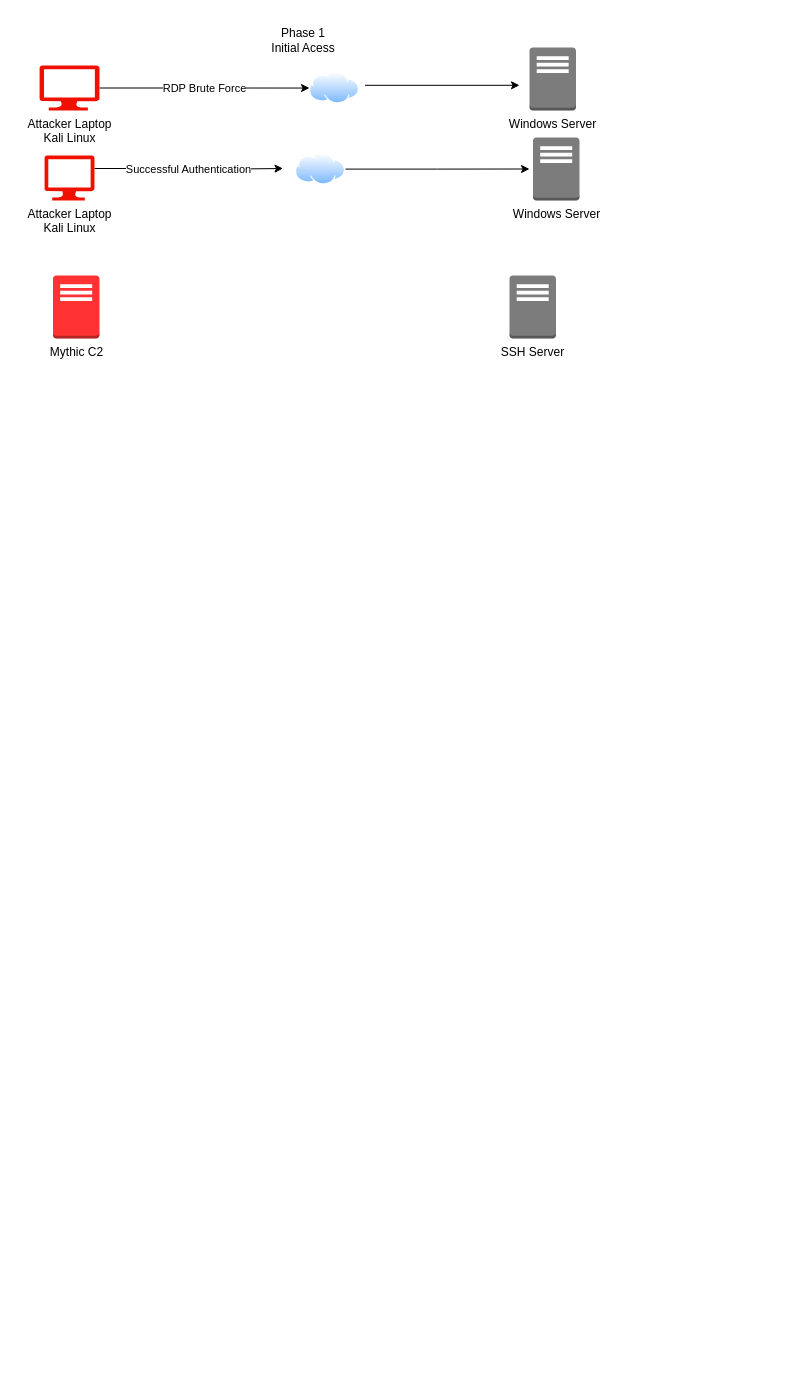
Earlier version of the draw.io diagram titled Diagram.drawio (MRShittu0/Cybersecurity). Source tidied: cells renumbered, new cells numbered last; positions are measured from the earlier drawing's top-left corner, leaving out a move shared by most shapes. Both pictures are drawn from the tidied source at 100%, with x=0, y=0 at pixel (39, 25).
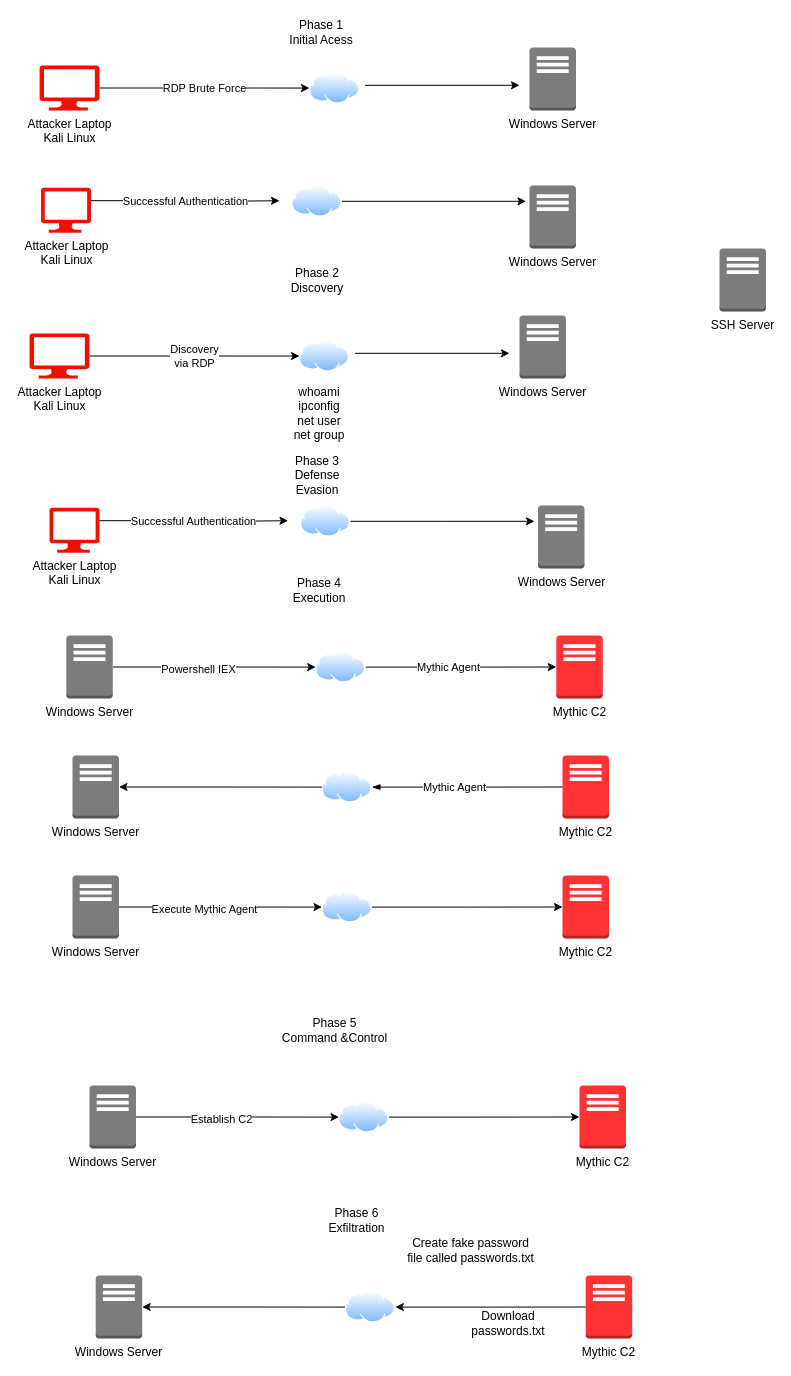
After the change.

What changed in the source:
```diff
@@
     <mxCell id="2" value="Mythic C2" style="outlineConnect=0;dashed=0;verticalLabelPosition=bottom;verticalAlign=top;align=center;html=1;shape=mxgraph.aws3.traditional_server;fillColor=#FF3333;gradientColor=none;" parent="1" vertex="1">
-      <mxGeometry x="13.5" y="250" width="46.5" height="63" as="geometry" />
+      <mxGeometry x="516.8" y="610" width="46.5" height="63" as="geometry" />
     </mxCell>
@@
     <mxCell id="4" value="SSH Server" style="dashed=0;verticalLabelPosition=bottom;verticalAlign=top;align=center;html=1;shape=mxgraph.aws3.traditional_server;fillColor=#7D7C7C;gradientColor=none;" parent="1" vertex="1">
-      <mxGeometry x="470" y="250" width="46.5" height="63" as="geometry" />
+      <mxGeometry x="680" y="223" width="46.5" height="63" as="geometry" />
     </mxCell>
@@
     <mxCell id="8" value="Phase 1&lt;div&gt;Initial Acess&lt;/div&gt;" style="text;html=1;align=center;verticalAlign=middle;whiteSpace=wrap;rounded=0;" parent="1" vertex="1">
-      <mxGeometry x="222" width="84" height="30" as="geometry" />
+      <mxGeometry x="240" y="-8" width="84" height="30" as="geometry" />
     </mxCell>
     <mxCell id="9" value="Windows Server" style="dashed=0;verticalLabelPosition=bottom;verticalAlign=top;align=center;html=1;shape=mxgraph.aws3.traditional_server;fillColor=#7D7C7C;gradientColor=none;" parent="1" vertex="1">
-      <mxGeometry x="493.5" y="112" width="46.5" height="63" as="geometry" />
+      <mxGeometry x="490" y="160" width="46.5" height="63" as="geometry" />
     </mxCell>
     <mxCell id="10" value="Attacker Laptop&lt;div&gt;Kali Linux&lt;/div&gt;" style="verticalLabelPosition=bottom;html=1;verticalAlign=top;align=center;strokeColor=none;fillColor=#f01000;shape=mxgraph.azure.computer;" parent="1" vertex="1">
-      <mxGeometry x="5" y="130" width="50" height="45" as="geometry" />
+      <mxGeometry x="1.5" y="162.2" width="50" height="45" as="geometry" />
     </mxCell>
     <mxCell id="11" value="Successful Authentication" style="edgeStyle=orthogonalEdgeStyle;rounded=0;jettySize=auto;html=1;" parent="1" edge="1" source="10">
       <mxGeometry relative="1" as="geometry">
-        <mxPoint x="243.5" y="143" as="targetPoint" />
+        <mxPoint x="240" y="175.2" as="targetPoint" />
         <Array as="points">
-          <mxPoint x="149" y="143" />
-          <mxPoint x="149" y="144" />
+          <mxPoint x="145.5" y="175.2" />
+          <mxPoint x="145.5" y="176.2" />
         </Array>
       </mxGeometry>
     </mxCell>
@@
     <mxCell id="13" style="edgeStyle=orthogonalEdgeStyle;rounded=0;jettySize=auto;html=1;" parent="1" edge="1" source="14">
       <mxGeometry relative="1" as="geometry">
-        <mxPoint x="490" y="143.5" as="targetPoint" />
+        <mxPoint x="486.5" y="175.8" as="targetPoint" />
       </mxGeometry>
     </mxCell>
     <mxCell id="14" style="image;perimeter=ellipsePerimeter;html=1;align=center;shadow=0;dashed=0;spacingTop=3;image=img/lib/active_directory/internet_cloud.svg;" parent="1" vertex="1">
-      <mxGeometry x="256" y="127.8" width="50" height="31.5" as="geometry" />
+      <mxGeometry x="252.5" y="160" width="50" height="31.5" as="geometry" />
     </mxCell>
+    <mxCell id="15" value="Phase 2&lt;div&gt;Discovery&lt;/div&gt;" style="text;html=1;align=center;verticalAlign=middle;whiteSpace=wrap;rounded=0;" parent="1" vertex="1">
+      <mxGeometry x="235.5" y="240" width="84" height="30" as="geometry" />
+    </mxCell>
+    <mxCell id="16" value="Windows Server" style="dashed=0;verticalLabelPosition=bottom;verticalAlign=top;align=center;html=1;shape=mxgraph.aws3.traditional_server;fillColor=#7D7C7C;gradientColor=none;" parent="1" vertex="1">
+      <mxGeometry x="480" y="290" width="46.5" height="63" as="geometry" />
+    </mxCell>
+    <mxCell id="17" value="Discovery&lt;div&gt;via RDP&lt;/div&gt;" style="edgeStyle=orthogonalEdgeStyle;rounded=0;jettySize=auto;html=1;entryX=0;entryY=0.5;entryDx=0;entryDy=0;" parent="1" edge="1" source="18" target="20">
+      <mxGeometry relative="1" as="geometry" />
+    </mxCell>
+    <mxCell id="18" value="Attacker Laptop&lt;div&gt;Kali Linux&lt;/div&gt;" style="verticalLabelPosition=bottom;html=1;verticalAlign=top;align=center;strokeColor=none;fillColor=#f01000;shape=mxgraph.azure.computer;" parent="1" vertex="1">
+      <mxGeometry x="-10" y="308" width="60" height="45" as="geometry" />
+    </mxCell>
+    <mxCell id="19" style="edgeStyle=orthogonalEdgeStyle;rounded=0;orthogonalLoop=1;jettySize=auto;html=1;" parent="1" edge="1">
+      <mxGeometry relative="1" as="geometry">
+        <mxPoint x="315.5" y="327.8" as="sourcePoint" />
+        <mxPoint x="470" y="327.8" as="targetPoint" />
+      </mxGeometry>
+    </mxCell>
+    <mxCell id="20" style="image;perimeter=ellipsePerimeter;html=1;align=center;shadow=0;dashed=0;spacingTop=3;image=img/lib/active_directory/internet_cloud.svg;" parent="1" vertex="1">
+      <mxGeometry x="260" y="314.8" width="50" height="31.5" as="geometry" />
+    </mxCell>
+    <mxCell id="21" value="whoami&lt;div&gt;ipconfig&lt;/div&gt;&lt;div&gt;net user&lt;/div&gt;&lt;div&gt;net group&lt;/div&gt;" style="text;html=1;align=center;verticalAlign=middle;whiteSpace=wrap;rounded=0;" parent="1" vertex="1">
+      <mxGeometry x="250" y="353" width="60" height="70" as="geometry" />
+    </mxCell>
+    <mxCell id="22" style="edgeStyle=orthogonalEdgeStyle;rounded=0;jettySize=auto;html=1;" parent="1" edge="1" source="24" target="25">
+      <mxGeometry relative="1" as="geometry" />
+    </mxCell>
+    <mxCell id="23" value="Powershell IEX" style="edgeLabel;html=1;align=center;verticalAlign=middle;" parent="22" vertex="1">
+      <mxGeometry x="-0.16" y="-2" relative="1" as="geometry" />
+    </mxCell>
+    <mxCell id="24" value="Windows Server" style="outlineConnect=0;dashed=0;verticalLabelPosition=bottom;verticalAlign=top;align=center;html=1;shape=mxgraph.aws3.traditional_server;fillColor=#7D7C7C;gradientColor=none;" parent="1" vertex="1">
+      <mxGeometry x="26.8" y="610" width="46.5" height="63" as="geometry" />
+    </mxCell>
+    <mxCell id="25" style="image;perimeter=ellipsePerimeter;html=1;align=center;shadow=0;dashed=0;spacingTop=3;image=img/lib/active_directory/internet_cloud.svg;" parent="1" vertex="1">
+      <mxGeometry x="276.2" y="625.8" width="50" height="31.5" as="geometry" />
+    </mxCell>
+    <mxCell id="26" style="edgeStyle=orthogonalEdgeStyle;rounded=0;jettySize=auto;html=1;entryX=0;entryY=0.5;entryDx=0;entryDy=0;entryPerimeter=0;" parent="1" edge="1" source="25" target="2">
+      <mxGeometry relative="1" as="geometry" />
+    </mxCell>
+    <mxCell id="27" value="Mythic Agent" style="edgeLabel;html=1;align=center;verticalAlign=middle;" parent="26" vertex="1">
+      <mxGeometry x="-0.14" relative="1" as="geometry" />
+    </mxCell>
+    <mxCell id="28" value="Mythic C2" style="outlineConnect=0;dashed=0;verticalLabelPosition=bottom;verticalAlign=top;align=center;html=1;shape=mxgraph.aws3.traditional_server;fillColor=#FF3333;gradientColor=none;" parent="1" vertex="1">
+      <mxGeometry x="523" y="730" width="46.5" height="63" as="geometry" />
+    </mxCell>
+    <mxCell id="29" style="edgeStyle=orthogonalEdgeStyle;rounded=0;jettySize=auto;html=1;endArrow=none;endFill=0;startArrow=classic;startFill=1;" parent="1" edge="1" source="30" target="31">
+      <mxGeometry relative="1" as="geometry" />
+    </mxCell>
+    <mxCell id="30" value="Windows Server" style="outlineConnect=0;dashed=0;verticalLabelPosition=bottom;verticalAlign=top;align=center;html=1;shape=mxgraph.aws3.traditional_server;fillColor=#7D7C7C;gradientColor=none;" parent="1" vertex="1">
+      <mxGeometry x="33" y="730" width="46.5" height="63" as="geometry" />
+    </mxCell>
+    <mxCell id="31" style="image;perimeter=ellipsePerimeter;html=1;align=center;shadow=0;dashed=0;spacingTop=3;image=img/lib/active_directory/internet_cloud.svg;" parent="1" vertex="1">
+      <mxGeometry x="282.5" y="745.8" width="50" height="31.5" as="geometry" />
+    </mxCell>
+    <mxCell id="32" style="edgeStyle=orthogonalEdgeStyle;rounded=0;jettySize=auto;html=1;entryX=0;entryY=0.5;entryDx=0;entryDy=0;entryPerimeter=0;startArrow=blockThin;startFill=1;endArrow=none;endFill=0;" parent="1" edge="1" source="31" target="28">
+      <mxGeometry relative="1" as="geometry" />
+    </mxCell>
+    <mxCell id="33" value="Mythic Agent" style="edgeLabel;html=1;align=center;verticalAlign=middle;" parent="32" vertex="1">
+      <mxGeometry x="-0.14" relative="1" as="geometry" />
+    </mxCell>
+    <mxCell id="34" value="Mythic C2" style="outlineConnect=0;dashed=0;verticalLabelPosition=bottom;verticalAlign=top;align=center;html=1;shape=mxgraph.aws3.traditional_server;fillColor=#FF3333;gradientColor=none;" parent="1" vertex="1">
+      <mxGeometry x="523" y="850" width="46.5" height="63" as="geometry" />
+    </mxCell>
+    <mxCell id="35" style="edgeStyle=orthogonalEdgeStyle;rounded=0;jettySize=auto;html=1;" parent="1" edge="1" source="37" target="38">
+      <mxGeometry relative="1" as="geometry" />
+    </mxCell>
+    <mxCell id="36" value="Execute Mythic Agent" style="edgeLabel;html=1;align=center;verticalAlign=middle;" parent="35" vertex="1">
+      <mxGeometry x="-0.16" y="-2" relative="1" as="geometry" />
+    </mxCell>
+    <mxCell id="37" value="Windows Server" style="outlineConnect=0;dashed=0;verticalLabelPosition=bottom;verticalAlign=top;align=center;html=1;shape=mxgraph.aws3.traditional_server;fillColor=#7D7C7C;gradientColor=none;" parent="1" vertex="1">
+      <mxGeometry x="33" y="850" width="46.5" height="63" as="geometry" />
+    </mxCell>
+    <mxCell id="38" style="image;perimeter=ellipsePerimeter;html=1;align=center;shadow=0;dashed=0;spacingTop=3;image=img/lib/active_directory/internet_cloud.svg;" parent="1" vertex="1">
+      <mxGeometry x="282.5" y="865.8" width="50" height="31.5" as="geometry" />
+    </mxCell>
+    <mxCell id="39" style="edgeStyle=orthogonalEdgeStyle;rounded=0;jettySize=auto;html=1;entryX=0;entryY=0.5;entryDx=0;entryDy=0;entryPerimeter=0;" parent="1" edge="1" source="38" target="34">
+      <mxGeometry relative="1" as="geometry" />
+    </mxCell>
+    <mxCell id="40" value="Windows Server" style="dashed=0;verticalLabelPosition=bottom;verticalAlign=top;align=center;html=1;shape=mxgraph.aws3.traditional_server;fillColor=#7D7C7C;gradientColor=none;" parent="1" vertex="1">
+      <mxGeometry x="498.5" y="480" width="46.5" height="63" as="geometry" />
+    </mxCell>
+    <mxCell id="41" value="Attacker Laptop&lt;div&gt;Kali Linux&lt;/div&gt;" style="verticalLabelPosition=bottom;html=1;verticalAlign=top;align=center;strokeColor=none;fillColor=#f01000;shape=mxgraph.azure.computer;" parent="1" vertex="1">
+      <mxGeometry x="10" y="482.2" width="50" height="45" as="geometry" />
+    </mxCell>
+    <mxCell id="42" value="Successful Authentication" style="edgeStyle=orthogonalEdgeStyle;rounded=0;jettySize=auto;html=1;" parent="1" edge="1" source="41">
+      <mxGeometry relative="1" as="geometry">
+        <mxPoint x="248.5" y="495.2" as="targetPoint" />
+        <Array as="points">
+          <mxPoint x="154" y="495.2" />
+          <mxPoint x="154" y="496.2" />
+        </Array>
+      </mxGeometry>
+    </mxCell>
+    <mxCell id="43" style="edgeStyle=orthogonalEdgeStyle;rounded=0;jettySize=auto;html=1;" parent="1" edge="1" source="44">
+      <mxGeometry relative="1" as="geometry">
+        <mxPoint x="495" y="495.8" as="targetPoint" />
+      </mxGeometry>
+    </mxCell>
+    <mxCell id="44" style="image;perimeter=ellipsePerimeter;html=1;align=center;shadow=0;dashed=0;spacingTop=3;image=img/lib/active_directory/internet_cloud.svg;" parent="1" vertex="1">
+      <mxGeometry x="261" y="480" width="50" height="31.5" as="geometry" />
+    </mxCell>
+    <mxCell id="45" value="Phase 3&lt;div&gt;Defense Evasion&lt;/div&gt;" style="text;html=1;align=center;verticalAlign=middle;whiteSpace=wrap;rounded=0;" parent="1" vertex="1">
+      <mxGeometry x="235.5" y="430" width="84" height="40" as="geometry" />
+    </mxCell>
+    <mxCell id="46" value="Phase 4&lt;div&gt;Execution&lt;/div&gt;" style="text;html=1;align=center;verticalAlign=middle;whiteSpace=wrap;rounded=0;" parent="1" vertex="1">
+      <mxGeometry x="238" y="550" width="84" height="30" as="geometry" />
+    </mxCell>
+    <mxCell id="47" value="Mythic C2" style="outlineConnect=0;dashed=0;verticalLabelPosition=bottom;verticalAlign=top;align=center;html=1;shape=mxgraph.aws3.traditional_server;fillColor=#FF3333;gradientColor=none;" parent="1" vertex="1">
+      <mxGeometry x="540" y="1060" width="46.5" height="63" as="geometry" />
+    </mxCell>
+    <mxCell id="48" style="edgeStyle=orthogonalEdgeStyle;rounded=0;jettySize=auto;html=1;" parent="1" edge="1" source="50" target="51">
+      <mxGeometry relative="1" as="geometry" />
+    </mxCell>
+    <mxCell id="49" value="Establish C2" style="edgeLabel;html=1;align=center;verticalAlign=middle;" parent="48" vertex="1">
+      <mxGeometry x="-0.16" y="-2" relative="1" as="geometry" />
+    </mxCell>
+    <mxCell id="50" value="Windows Server" style="outlineConnect=0;dashed=0;verticalLabelPosition=bottom;verticalAlign=top;align=center;html=1;shape=mxgraph.aws3.traditional_server;fillColor=#7D7C7C;gradientColor=none;" parent="1" vertex="1">
+      <mxGeometry x="50" y="1060" width="46.5" height="63" as="geometry" />
+    </mxCell>
+    <mxCell id="51" style="image;perimeter=ellipsePerimeter;html=1;align=center;shadow=0;dashed=0;spacingTop=3;image=img/lib/active_directory/internet_cloud.svg;" parent="1" vertex="1">
+      <mxGeometry x="299.5" y="1075.8" width="50" height="31.5" as="geometry" />
+    </mxCell>
+    <mxCell id="52" style="edgeStyle=orthogonalEdgeStyle;rounded=0;jettySize=auto;html=1;entryX=0;entryY=0.5;entryDx=0;entryDy=0;entryPerimeter=0;" parent="1" edge="1" source="51" target="47">
+      <mxGeometry relative="1" as="geometry" />
+    </mxCell>
+    <mxCell id="53" value="Phase 5&lt;div&gt;Command &amp;amp;Control&lt;/div&gt;" style="text;html=1;align=center;verticalAlign=middle;whiteSpace=wrap;rounded=0;" parent="1" vertex="1">
+      <mxGeometry x="227.8" y="990" width="134.5" height="30" as="geometry" />
+    </mxCell>
+    <mxCell id="54" value="Phase 6&lt;div&gt;Exfiltration&lt;/div&gt;" style="text;html=1;align=center;verticalAlign=middle;whiteSpace=wrap;rounded=0;" parent="1" vertex="1">
+      <mxGeometry x="250" y="1180" width="134.5" height="30" as="geometry" />
+    </mxCell>
+    <mxCell id="55" value="Mythic C2" style="outlineConnect=0;dashed=0;verticalLabelPosition=bottom;verticalAlign=top;align=center;html=1;shape=mxgraph.aws3.traditional_server;fillColor=#FF3333;gradientColor=none;" parent="1" vertex="1">
+      <mxGeometry x="546.2" y="1250" width="46.5" height="63" as="geometry" />
+    </mxCell>
+    <mxCell id="56" style="edgeStyle=orthogonalEdgeStyle;rounded=0;jettySize=auto;html=1;endArrow=none;endFill=0;startArrow=classic;startFill=1;" parent="1" edge="1" source="57" target="58">
+      <mxGeometry relative="1" as="geometry" />
+    </mxCell>
+    <mxCell id="57" value="Windows Server" style="outlineConnect=0;dashed=0;verticalLabelPosition=bottom;verticalAlign=top;align=center;html=1;shape=mxgraph.aws3.traditional_server;fillColor=#7D7C7C;gradientColor=none;" parent="1" vertex="1">
+      <mxGeometry x="56.2" y="1250" width="46.5" height="63" as="geometry" />
+    </mxCell>
+    <mxCell id="58" style="image;perimeter=ellipsePerimeter;html=1;align=center;shadow=0;dashed=0;spacingTop=3;image=img/lib/active_directory/internet_cloud.svg;" parent="1" vertex="1">
+      <mxGeometry x="305.8" y="1265.8" width="50" height="31.5" as="geometry" />
+    </mxCell>
+    <mxCell id="59" style="edgeStyle=orthogonalEdgeStyle;rounded=0;jettySize=auto;html=1;entryX=0;entryY=0.5;entryDx=0;entryDy=0;entryPerimeter=0;endArrow=none;endFill=0;startArrow=classic;startFill=1;" parent="1" edge="1" source="58" target="55">
+      <mxGeometry relative="1" as="geometry" />
+    </mxCell>
+    <mxCell id="60" value="Create fake password file called passwords.txt" style="text;html=1;align=center;verticalAlign=middle;whiteSpace=wrap;rounded=0;" parent="1" vertex="1">
+      <mxGeometry x="364" y="1210" width="134.5" height="30" as="geometry" />
+    </mxCell>
+    <mxCell id="61" value="Download passwords.txt" style="text;html=1;align=center;verticalAlign=middle;whiteSpace=wrap;rounded=0;" parent="1" vertex="1">
+      <mxGeometry x="438.5" y="1283" width="60" height="30" as="geometry" />
+    </mxCell>
```
